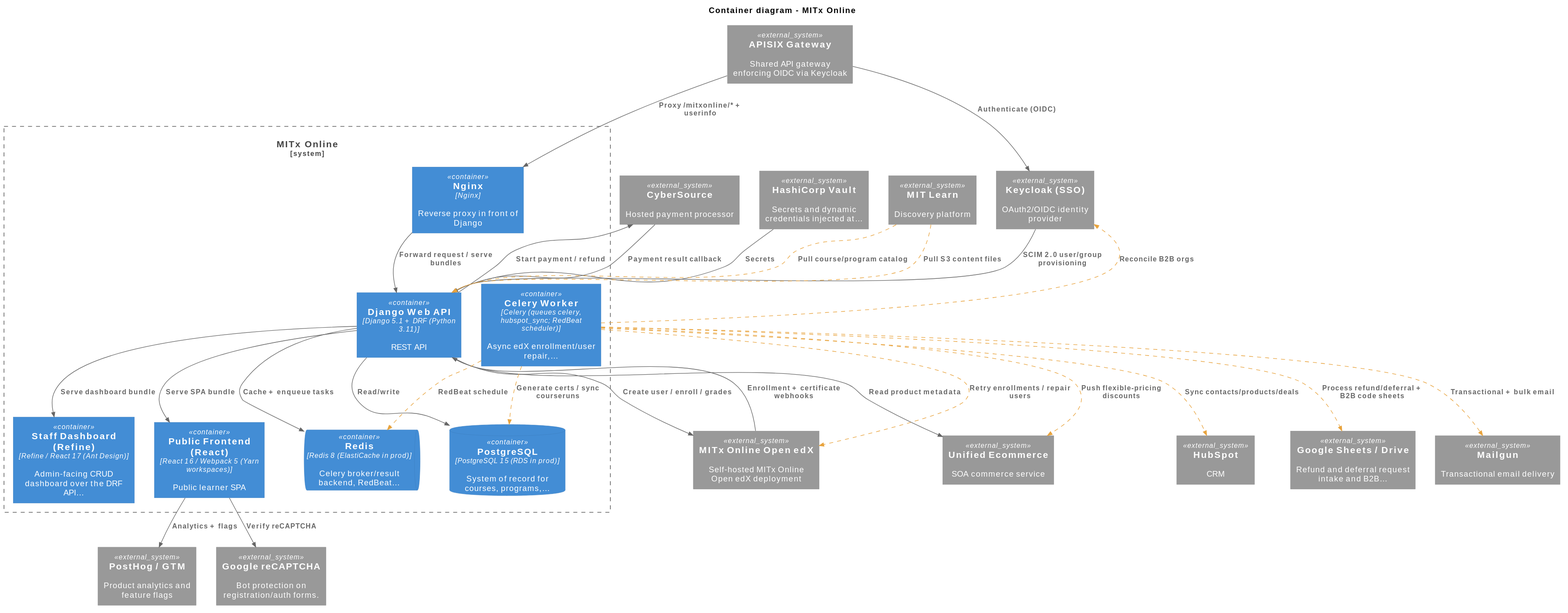
mitodl/platform-engineering-site keeps this PlantUML diagram as docs/system_architecture/mitxonline/_diagrams/container.svg. Above is the earlier version.
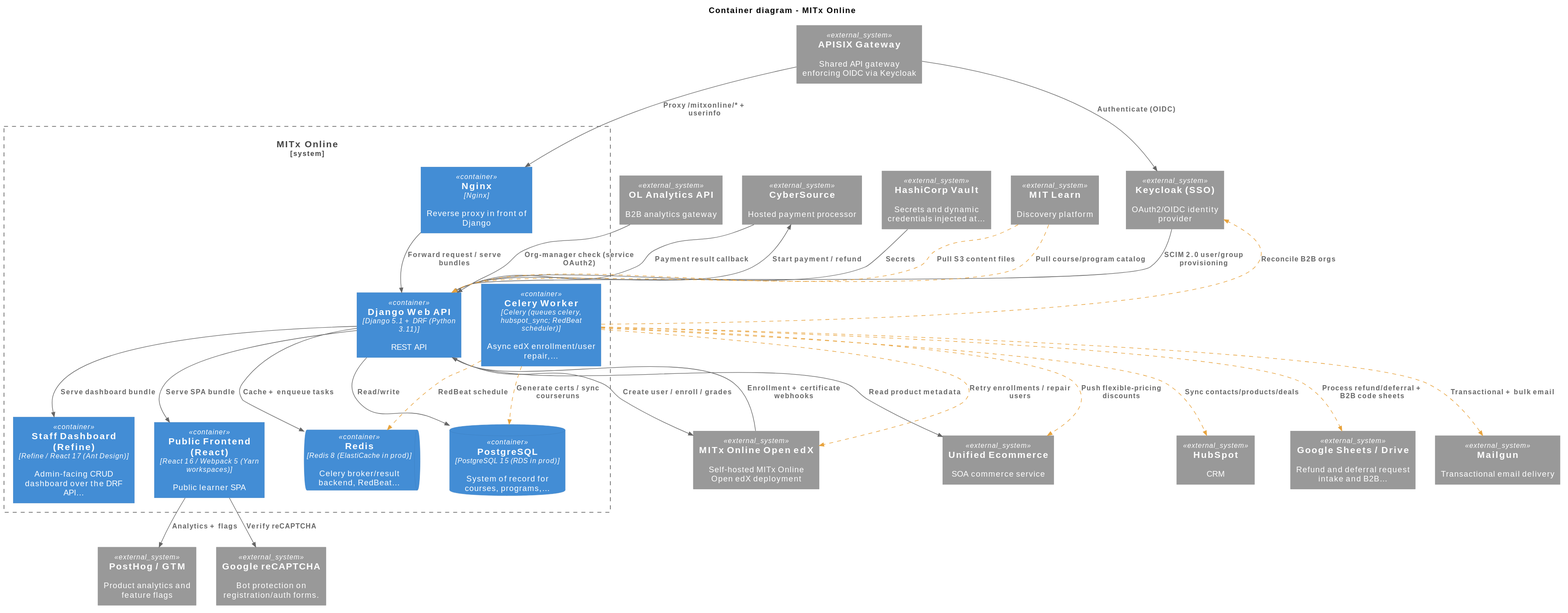
Above is the later version.

The edit, as a diff of the source:
```diff
@@ -23,6 +23,7 @@
 System_Ext(posthog, "PostHog / GTM", "Product analytics and feature flags")
 System_Ext(recaptcha, "Google reCAPTCHA", "Bot protection on registration/auth forms.")
 System_Ext(mit_learn, "MIT Learn", "Discovery platform", $link="../../mit-learn/")
+System_Ext(ol_analytics_api, "OL Analytics API", "B2B analytics gateway", $link="../../ol-analytics-api/")
 Rel(apisix, keycloak, "Authenticate (OIDC)")
 Rel(apisix, nginx, "Proxy /mitxonline/* + userinfo")
 Rel(nginx, django_web, "Forward request / serve bundles")
@@ -47,6 +48,7 @@
 Rel(celery, mailgun, "Transactional + bulk email", $tags="async")
 Rel(celery, unified_ecommerce, "Push flexible-pricing discounts", $tags="async")
 Rel(keycloak, django_web, "SCIM 2.0 user/group provisioning")
+Rel(ol_analytics_api, django_web, "Org-manager check (service OAuth2)")
 Rel(mit_learn, django_web, "Pull course/program catalog", $tags="async")
 Rel(mit_learn, django_web, "Pull S3 content files", $tags="async")
 @enduml
```
